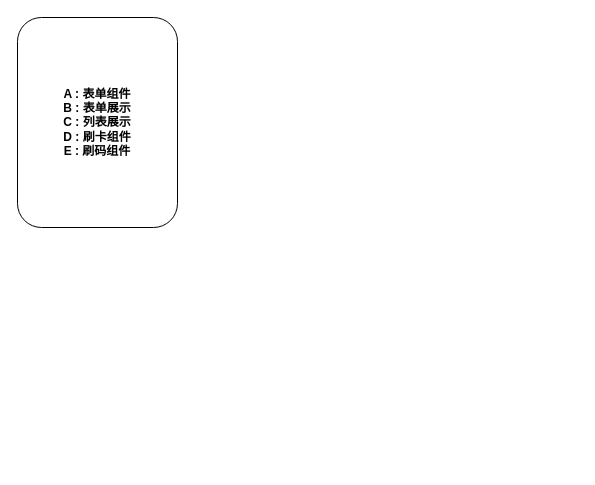
This is page "Page-4" (4 of 5) of Untitled Diagram.drawio from RuGxxx/Rug_home_Django, a draw.io file, before an edit. Source tidied: cells renumbered, new cells numbered last; positions are measured from the earlier drawing's top-left corner, leaving out a move shared by most shapes. Both pictures are drawn from the tidied source at 100%, with x=0, y=0 at pixel (17, 17).
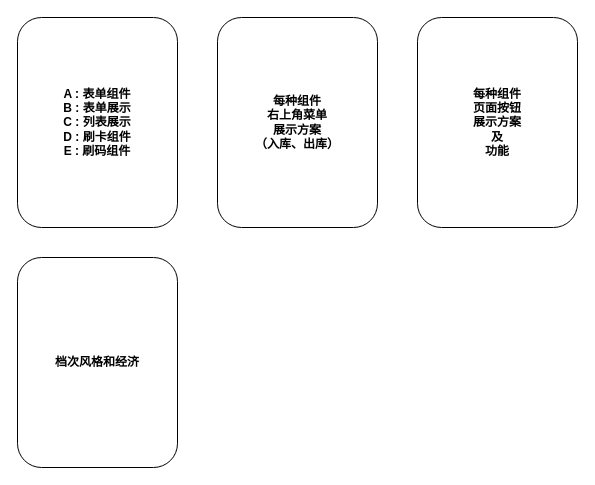
After the change.

Change to the diagram source:
```diff
@@
 <mxGraphModel>
   <root>
     <mxCell id="0" />
     <mxCell id="1" parent="0" />
     <mxCell id="2" value="&lt;b&gt;A : 表单组件&lt;br&gt;B : 表单展示&lt;br&gt;C : 列表展示&lt;br&gt;D : 刷卡组件&lt;br&gt;E : 刷码组件&lt;br&gt;&lt;/b&gt;" style="rounded=1;whiteSpace=wrap;html=1;" parent="1" vertex="1">
       <mxGeometry width="160" height="210" as="geometry" />
     </mxCell>
+    <mxCell id="3" value="每种组件&lt;br&gt;右上角菜单&lt;br&gt;展示方案&lt;br&gt;（入库、出库）" style="rounded=1;whiteSpace=wrap;html=1;fontStyle=1;" parent="1" vertex="1">
+      <mxGeometry x="200" width="160" height="210" as="geometry" />
+    </mxCell>
+    <mxCell id="4" value="&lt;span&gt;每种组件&lt;/span&gt;&lt;br&gt;&lt;span&gt;页面按钮&lt;/span&gt;&lt;br&gt;&lt;span&gt;展示方案&lt;/span&gt;&lt;br&gt;及&lt;br&gt;功能" style="rounded=1;whiteSpace=wrap;html=1;fontStyle=1;" parent="1" vertex="1">
+      <mxGeometry x="400" width="160" height="210" as="geometry" />
+    </mxCell>
+    <mxCell id="5" value="档次风格和经济" style="rounded=1;whiteSpace=wrap;html=1;fontStyle=1;" parent="1" vertex="1">
+      <mxGeometry y="240" width="160" height="210" as="geometry" />
+    </mxCell>
   </root>
 </mxGraphModel>
```
